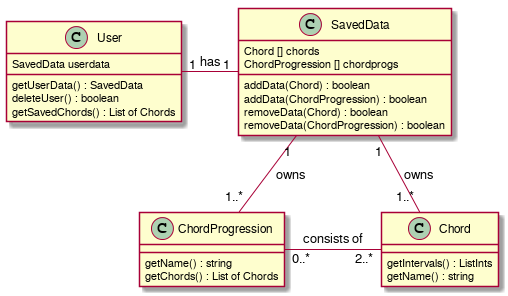
This is docs/assets/uml/userDataDomainModel.png from devinchristianson/daj, a PlantUML export, as it was before one commit.
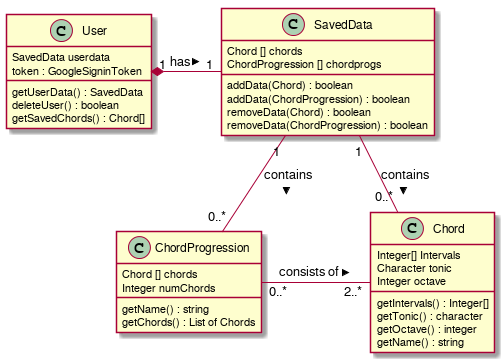
After the change.

Diff of the diagram source:
```diff
@@ -1,16 +1,24 @@
 @startuml
-User "1" - "1" SavedData : "has"
+User "1" *- "1" SavedData : has >
 User : SavedData userdata
+User : token : GoogleSigninToken
 User : getUserData() : SavedData
 User : deleteUser() : boolean
-User : getSavedChords() : List of Chords
-Chord : getIntervals() : ListInts
+User : getSavedChords() : Chord[]
+Chord : Integer[] Intervals
+Chord : Character tonic
+Chord : Integer octave
+Chord : getIntervals() : Integer[]
+Chord : getTonic() : character
+Chord : getOctave() : integer
 Chord : getName() : string
-ChordProgression "0..*" - "2..*" Chord : consists of
+ChordProgression : Chord [] chords
+ChordProgression : Integer numChords
+ChordProgression "0..*" - "2..*" Chord : consists of >
 ChordProgression : getName() : string
 ChordProgression : getChords() : List of Chords
-SavedData "1" -- "1..*" Chord : owns
-SavedData "1" -- "1..*" ChordProgression : owns
+SavedData "1" -- "0..*" Chord : contains >
+SavedData "1" -- "0..*" ChordProgression : contains >
 SavedData : Chord [] chords
 SavedData : ChordProgression [] chordprogs
 SavedData : addData(Chord) : boolean
```
